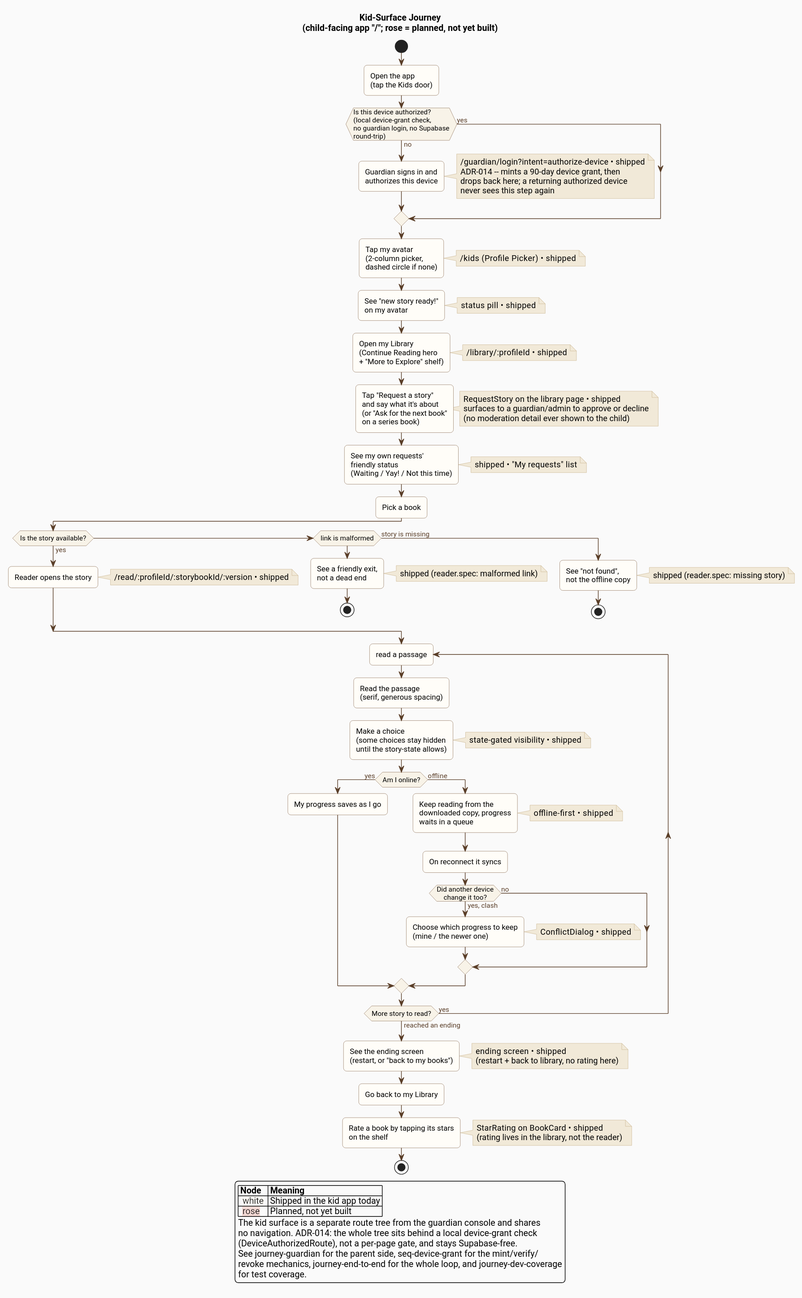
This is docs/architecture/diagrams/journey-kid.svg from ByronWilliamsCPA/cyo-adventure, a PlantUML export, as it was before one commit.
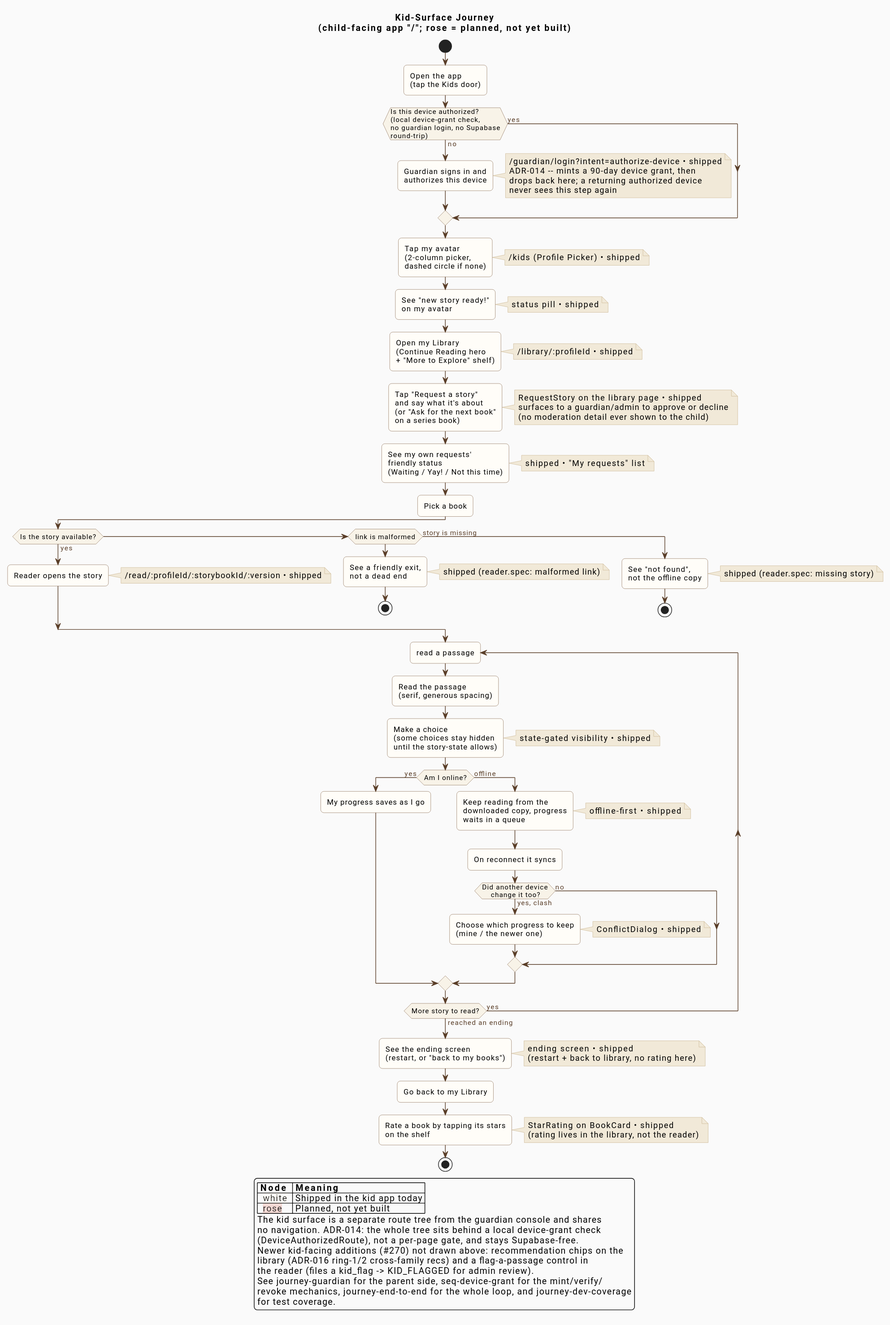
The same diagram one commit later.

Change to the diagram source:
```diff
@@ -41,7 +41,7 @@
 
 :Tap "Request a story"
 and say what it's about
-(or "Continue this story"
+(or "Ask for the next book"
 on a series book);
 note right: RequestStory on the library page  •  shipped\nsurfaces to a guardian/admin to approve or decline\n(no moderation detail ever shown to the child)
 :See my own requests'
@@ -107,6 +107,9 @@
   The kid surface is a separate route tree from the guardian console and shares
   no navigation. ADR-014: the whole tree sits behind a local device-grant check
   (DeviceAuthorizedRoute), not a per-page gate, and stays Supabase-free.
+  Newer kid-facing additions (#270) not drawn above: recommendation chips on the
+  library (ADR-016 ring-1/2 cross-family recs) and a flag-a-passage control in
+  the reader (files a kid_flag -> KID_FLAGGED for admin review).
   See journey-guardian for the parent side, seq-device-grant for the mint/verify/
   revoke mechanics, journey-end-to-end for the whole loop, and journey-dev-coverage
   for test coverage.
```
